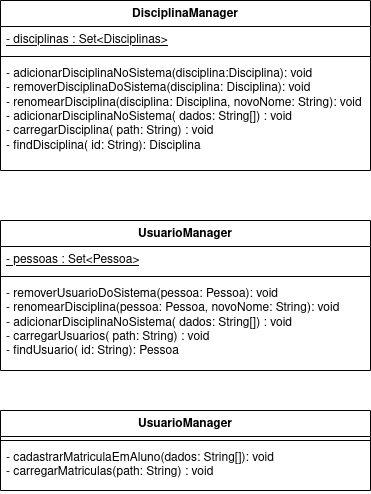
Above: projeto/diagrama_de_classes/diagrama_classe_managers.drawio.png in Suvacco/AGS (draw.io), before the change. Source tidied: cells renumbered, new cells last; positions are measured from the earlier drawing's top-left corner, leaving out a move shared by most shapes. Source of this version:
```xml
<mxGraphModel>
  <root>
    <mxCell id="0" />
    <mxCell id="1" parent="0" />
    <mxCell id="2" value="DisciplinaManager" style="swimlane;fontStyle=1;align=center;verticalAlign=top;horizontal=1;startSize=26;whiteSpace=wrap;html=1;" parent="1" vertex="1">
      <mxGeometry width="370" height="170" as="geometry" />
    </mxCell>
    <mxCell id="3" value="&lt;u&gt;- disciplinas : Set&amp;lt;Disciplinas&amp;gt;&lt;/u&gt;" style="text;strokeColor=none;fillColor=none;align=left;verticalAlign=top;spacingLeft=4;spacingRight=4;overflow=hidden;whiteSpace=wrap;html=1;" parent="2" vertex="1">
      <mxGeometry y="26" width="370" height="26" as="geometry" />
    </mxCell>
    <mxCell id="4" style="line;strokeWidth=1;fillColor=none;align=left;verticalAlign=middle;spacingTop=-1;spacingLeft=3;spacingRight=3;labelPosition=right;strokeColor=inherit;" parent="2" vertex="1">
      <mxGeometry y="52" width="370" height="8" as="geometry" />
    </mxCell>
    <mxCell id="5" value="&lt;div&gt;- adicionarDisciplinaNoSistema(disciplina:Disciplina): void&lt;br&gt;&lt;/div&gt;&lt;div&gt;- removerDisciplinaDoSistema(disciplina: Disciplina): void&lt;/div&gt;&lt;div&gt;- renomearDisciplina(disciplina: Disciplina, novoNome: String): void&lt;/div&gt;&lt;div&gt;- adicionarDisciplinaNoSistema( dados: String[]) : void&lt;/div&gt;&lt;div&gt;- carregarDisciplina( path: String) : void&lt;/div&gt;&lt;div&gt;- findDisciplina( id: String): Disciplina&lt;br&gt;&lt;/div&gt;" style="text;strokeColor=none;fillColor=none;align=left;verticalAlign=top;spacingLeft=4;spacingRight=4;overflow=hidden;whiteSpace=wrap;html=1;" parent="2" vertex="1">
      <mxGeometry y="60" width="370" height="110" as="geometry" />
    </mxCell>
    <mxCell id="6" value="UsuarioManager" style="swimlane;fontStyle=1;align=center;verticalAlign=top;horizontal=1;startSize=26;whiteSpace=wrap;html=1;" parent="1" vertex="1">
      <mxGeometry y="220" width="370" height="150" as="geometry" />
    </mxCell>
    <mxCell id="7" value="&lt;u&gt;- pessoas : Set&amp;lt;Pessoa&amp;gt;&lt;/u&gt;" style="text;strokeColor=none;fillColor=none;align=left;verticalAlign=top;spacingLeft=4;spacingRight=4;overflow=hidden;whiteSpace=wrap;html=1;" parent="6" vertex="1">
      <mxGeometry y="26" width="370" height="26" as="geometry" />
    </mxCell>
    <mxCell id="8" style="line;strokeWidth=1;fillColor=none;align=left;verticalAlign=middle;spacingTop=-1;spacingLeft=3;spacingRight=3;labelPosition=right;strokeColor=inherit;" parent="6" vertex="1">
      <mxGeometry y="52" width="370" height="8" as="geometry" />
    </mxCell>
    <mxCell id="9" value="- removerUsuarioDoSistema(pessoa: Pessoa): void&lt;div&gt;- renomearDisciplina(pessoa: Pessoa, novoNome: String): void&lt;/div&gt;&lt;div&gt;- adicionarDisciplinaNoSistema( dados: String[]) : void&lt;/div&gt;&lt;div&gt;- carregarUsuarios( path: String) : void&lt;/div&gt;&lt;div&gt;- findUsuario( id: String): Pessoa&lt;br&gt;&lt;/div&gt;" style="text;strokeColor=none;fillColor=none;align=left;verticalAlign=top;spacingLeft=4;spacingRight=4;overflow=hidden;whiteSpace=wrap;html=1;" parent="6" vertex="1">
      <mxGeometry y="60" width="370" height="90" as="geometry" />
    </mxCell>
    <mxCell id="10" value="UsuarioManager" style="swimlane;fontStyle=1;align=center;verticalAlign=top;horizontal=1;startSize=26;whiteSpace=wrap;html=1;" parent="1" vertex="1">
      <mxGeometry y="410" width="370" height="80" as="geometry" />
    </mxCell>
    <mxCell id="11" style="line;strokeWidth=1;fillColor=none;align=left;verticalAlign=middle;spacingTop=-1;spacingLeft=3;spacingRight=3;labelPosition=right;strokeColor=inherit;" parent="10" vertex="1">
      <mxGeometry y="26" width="370" height="8" as="geometry" />
    </mxCell>
    <mxCell id="12" value="&lt;div&gt;- cadastrarMatriculaEmAluno(dados: String[]): void&lt;/div&gt;&lt;div&gt;- carregarMatriculas(path: String) : void&lt;br&gt;&lt;/div&gt;" style="text;strokeColor=none;fillColor=none;align=left;verticalAlign=top;spacingLeft=4;spacingRight=4;overflow=hidden;whiteSpace=wrap;html=1;" parent="10" vertex="1">
      <mxGeometry y="34" width="370" height="46" as="geometry" />
    </mxCell>
  </root>
</mxGraphModel>
```
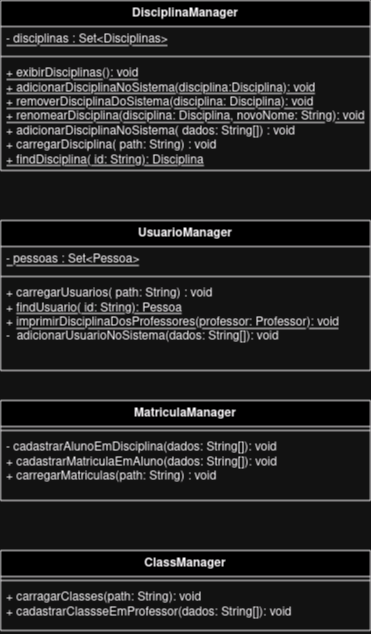
The same file after the commit.

Commit message:
Atualizando diagramas de classe

Diff of the diagram source:
```diff
@@ -11,7 +11,7 @@
     <mxCell id="4" style="line;strokeWidth=1;fillColor=none;align=left;verticalAlign=middle;spacingTop=-1;spacingLeft=3;spacingRight=3;labelPosition=right;strokeColor=inherit;" parent="2" vertex="1">
       <mxGeometry y="52" width="370" height="8" as="geometry" />
     </mxCell>
-    <mxCell id="5" value="&lt;div&gt;- adicionarDisciplinaNoSistema(disciplina:Disciplina): void&lt;br&gt;&lt;/div&gt;&lt;div&gt;- removerDisciplinaDoSistema(disciplina: Disciplina): void&lt;/div&gt;&lt;div&gt;- renomearDisciplina(disciplina: Disciplina, novoNome: String): void&lt;/div&gt;&lt;div&gt;- adicionarDisciplinaNoSistema( dados: String[]) : void&lt;/div&gt;&lt;div&gt;- carregarDisciplina( path: String) : void&lt;/div&gt;&lt;div&gt;- findDisciplina( id: String): Disciplina&lt;br&gt;&lt;/div&gt;" style="text;strokeColor=none;fillColor=none;align=left;verticalAlign=top;spacingLeft=4;spacingRight=4;overflow=hidden;whiteSpace=wrap;html=1;" parent="2" vertex="1">
+    <mxCell id="5" value="&lt;div&gt;&lt;u&gt;+ exibirDisciplinas(): void&lt;/u&gt;&lt;br&gt;&lt;/div&gt;&lt;div&gt;&lt;u&gt;+ adicionarDisciplinaNoSistema(disciplina:Disciplina): void&lt;br&gt;&lt;/u&gt;&lt;/div&gt;&lt;div&gt;&lt;u&gt;+ removerDisciplinaDoSistema(disciplina: Disciplina): void&lt;/u&gt;&lt;/div&gt;&lt;div&gt;&lt;u&gt;+ renomearDisciplina(disciplina: Disciplina, novoNome: String): void&lt;/u&gt;&lt;/div&gt;&lt;div&gt;+ adicionarDisciplinaNoSistema( dados: String[]) : void&lt;/div&gt;&lt;div&gt;+ carregarDisciplina( path: String) : void&lt;/div&gt;&lt;div&gt;&lt;u&gt;+ findDisciplina( id: String): Disciplina&lt;/u&gt;&lt;br&gt;&lt;/div&gt;" style="text;strokeColor=none;fillColor=none;align=left;verticalAlign=top;spacingLeft=4;spacingRight=4;overflow=hidden;whiteSpace=wrap;html=1;" parent="2" vertex="1">
       <mxGeometry y="60" width="370" height="110" as="geometry" />
     </mxCell>
     <mxCell id="6" value="UsuarioManager" style="swimlane;fontStyle=1;align=center;verticalAlign=top;horizontal=1;startSize=26;whiteSpace=wrap;html=1;" parent="1" vertex="1">
@@ -23,17 +23,26 @@
     <mxCell id="8" style="line;strokeWidth=1;fillColor=none;align=left;verticalAlign=middle;spacingTop=-1;spacingLeft=3;spacingRight=3;labelPosition=right;strokeColor=inherit;" parent="6" vertex="1">
       <mxGeometry y="52" width="370" height="8" as="geometry" />
     </mxCell>
-    <mxCell id="9" value="- removerUsuarioDoSistema(pessoa: Pessoa): void&lt;div&gt;- renomearDisciplina(pessoa: Pessoa, novoNome: String): void&lt;/div&gt;&lt;div&gt;- adicionarDisciplinaNoSistema( dados: String[]) : void&lt;/div&gt;&lt;div&gt;- carregarUsuarios( path: String) : void&lt;/div&gt;&lt;div&gt;- findUsuario( id: String): Pessoa&lt;br&gt;&lt;/div&gt;" style="text;strokeColor=none;fillColor=none;align=left;verticalAlign=top;spacingLeft=4;spacingRight=4;overflow=hidden;whiteSpace=wrap;html=1;" parent="6" vertex="1">
+    <mxCell id="9" value="+ carregarUsuarios( path: String) : void&lt;div&gt;+ &lt;u&gt;findUsuario( id: String): Pessoa&lt;/u&gt;&lt;/div&gt;&lt;div&gt;+ &lt;u&gt;imprimirDisciplinaDosProfessores(professor: Professor): void&lt;/u&gt;&lt;/div&gt;&lt;div&gt;-&amp;nbsp; adicionarUsuarioNoSistema(dados: String[]): void&lt;br&gt;&lt;/div&gt;" style="text;strokeColor=none;fillColor=none;align=left;verticalAlign=top;spacingLeft=4;spacingRight=4;overflow=hidden;whiteSpace=wrap;html=1;" parent="6" vertex="1">
       <mxGeometry y="60" width="370" height="90" as="geometry" />
     </mxCell>
-    <mxCell id="10" value="UsuarioManager" style="swimlane;fontStyle=1;align=center;verticalAlign=top;horizontal=1;startSize=26;whiteSpace=wrap;html=1;" parent="1" vertex="1">
-      <mxGeometry y="410" width="370" height="80" as="geometry" />
+    <mxCell id="10" value="MatriculaManager" style="swimlane;fontStyle=1;align=center;verticalAlign=top;horizontal=1;startSize=26;whiteSpace=wrap;html=1;" parent="1" vertex="1">
+      <mxGeometry y="400" width="370" height="100" as="geometry" />
     </mxCell>
     <mxCell id="11" style="line;strokeWidth=1;fillColor=none;align=left;verticalAlign=middle;spacingTop=-1;spacingLeft=3;spacingRight=3;labelPosition=right;strokeColor=inherit;" parent="10" vertex="1">
       <mxGeometry y="26" width="370" height="8" as="geometry" />
     </mxCell>
-    <mxCell id="12" value="&lt;div&gt;- cadastrarMatriculaEmAluno(dados: String[]): void&lt;/div&gt;&lt;div&gt;- carregarMatriculas(path: String) : void&lt;br&gt;&lt;/div&gt;" style="text;strokeColor=none;fillColor=none;align=left;verticalAlign=top;spacingLeft=4;spacingRight=4;overflow=hidden;whiteSpace=wrap;html=1;" parent="10" vertex="1">
-      <mxGeometry y="34" width="370" height="46" as="geometry" />
+    <mxCell id="12" value="&lt;div&gt;- cadastrarAlunoEmDisciplina(dados: String[]): void&lt;/div&gt;&lt;div&gt;+ cadastrarMatriculaEmAluno(dados: String[]): void&lt;br&gt;&lt;/div&gt;&lt;div&gt;+ carregarMatriculas(path: String) : void&lt;br&gt;&lt;/div&gt;" style="text;strokeColor=none;fillColor=none;align=left;verticalAlign=top;spacingLeft=4;spacingRight=4;overflow=hidden;whiteSpace=wrap;html=1;" parent="10" vertex="1">
+      <mxGeometry y="34" width="370" height="66" as="geometry" />
     </mxCell>
+    <mxCell id="13" value="ClassManager" style="swimlane;fontStyle=1;align=center;verticalAlign=top;horizontal=1;startSize=26;whiteSpace=wrap;html=1;" parent="1" vertex="1">
+      <mxGeometry y="550" width="370" height="80" as="geometry" />
+    </mxCell>
+    <mxCell id="14" style="line;strokeWidth=1;fillColor=none;align=left;verticalAlign=middle;spacingTop=-1;spacingLeft=3;spacingRight=3;labelPosition=right;strokeColor=inherit;" parent="13" vertex="1">
+      <mxGeometry y="26" width="370" height="8" as="geometry" />
+    </mxCell>
+    <mxCell id="15" value="&lt;div&gt;+ carragarClasses(path: String): void&lt;/div&gt;&lt;div&gt;+ cadastrarClassseEmProfessor(dados: String[]): void&lt;br&gt;&lt;/div&gt;" style="text;strokeColor=none;fillColor=none;align=left;verticalAlign=top;spacingLeft=4;spacingRight=4;overflow=hidden;whiteSpace=wrap;html=1;" parent="13" vertex="1">
+      <mxGeometry y="34" width="370" height="46" as="geometry" />
+    </mxCell>
   </root>
 </mxGraphModel>
```
